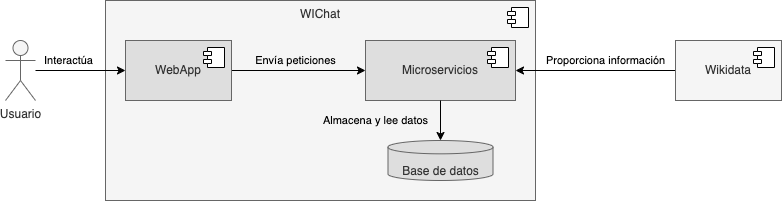
Earlier version of the draw.io export images/05_VistaBloques_Nivel2.png (Arquisoft/wichat_es1b). Source tidied: cells renumbered, new cells last; positions are measured from the earlier drawing's top-left corner, leaving out a move shared by most shapes.
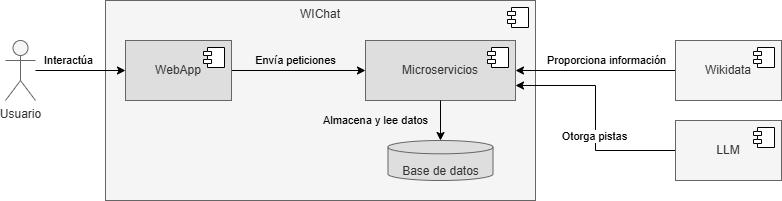
After the change.

Diff of the diagram source:
```diff
@@ -54,5 +54,19 @@
     <mxCell id="15" value="&lt;span&gt;Almacena y lee datos&lt;/span&gt;" style="edgeStyle=orthogonalEdgeStyle;rounded=0;jettySize=auto;html=1;entryX=0.5;entryY=0;entryDx=0;entryDy=0;entryPerimeter=0;labelBackgroundColor=none;" parent="1" edge="1" source="12" target="14">
       <mxGeometry y="-65" relative="1" as="geometry" />
     </mxCell>
+    <mxCell id="16" style="edgeStyle=orthogonalEdgeStyle;rounded=0;jettySize=auto;html=1;entryX=1;entryY=0.75;entryDx=0;entryDy=0;" parent="1" edge="1" source="18" target="12">
+      <mxGeometry relative="1" as="geometry" />
+    </mxCell>
+    <mxCell id="17" value="Otorga pistas" style="edgeLabel;html=1;align=center;verticalAlign=middle;" parent="16" vertex="1">
+      <mxGeometry x="-0.16" y="2" relative="1" as="geometry" />
+    </mxCell>
+    <mxCell id="18" value="LLM" style="html=1;whiteSpace=wrap;fillColor=#f5f5f5;fontColor=#333333;strokeColor=#666666;" parent="1" vertex="1">
+      <mxGeometry x="670" y="120" width="106" height="60" as="geometry" />
+    </mxCell>
+    <mxCell id="19" style="shape=module;jettyWidth=8;jettyHeight=4;" parent="18" vertex="1">
+      <mxGeometry x="1" width="21" height="20" relative="1" as="geometry">
+        <mxPoint x="-28" y="7" as="offset" />
+      </mxGeometry>
+    </mxCell>
   </root>
 </mxGraphModel>
```
